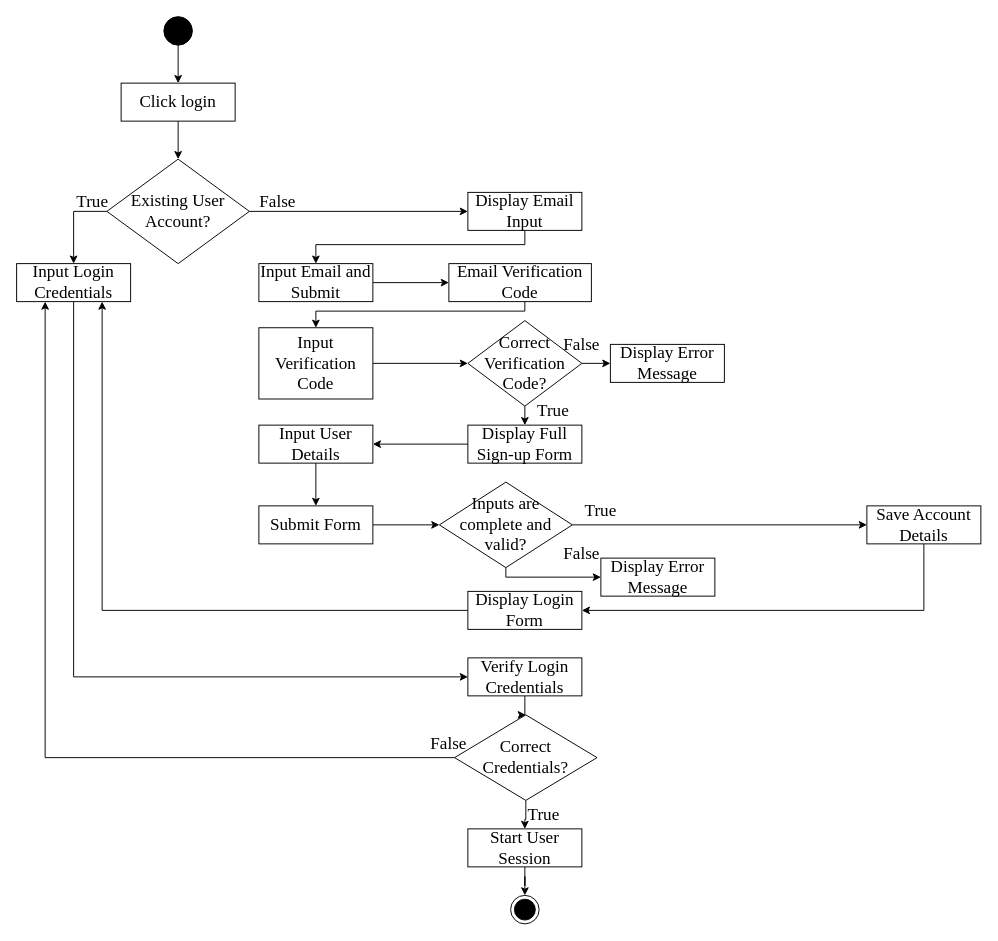
gvillanueva01/ConnexUs_diagrams keeps this draw.io diagram as page "AccountLoginCreation" (6 of 13) of ConnexUs_Chap3.drawio. Above is the earlier version. Source tidied: cells renumbered, new cells numbered last; positions are measured from the earlier drawing's top-left corner, leaving out a move shared by most shapes. Both pictures are drawn from the tidied source at 95%, with x=0, y=0 at pixel (16, 16).
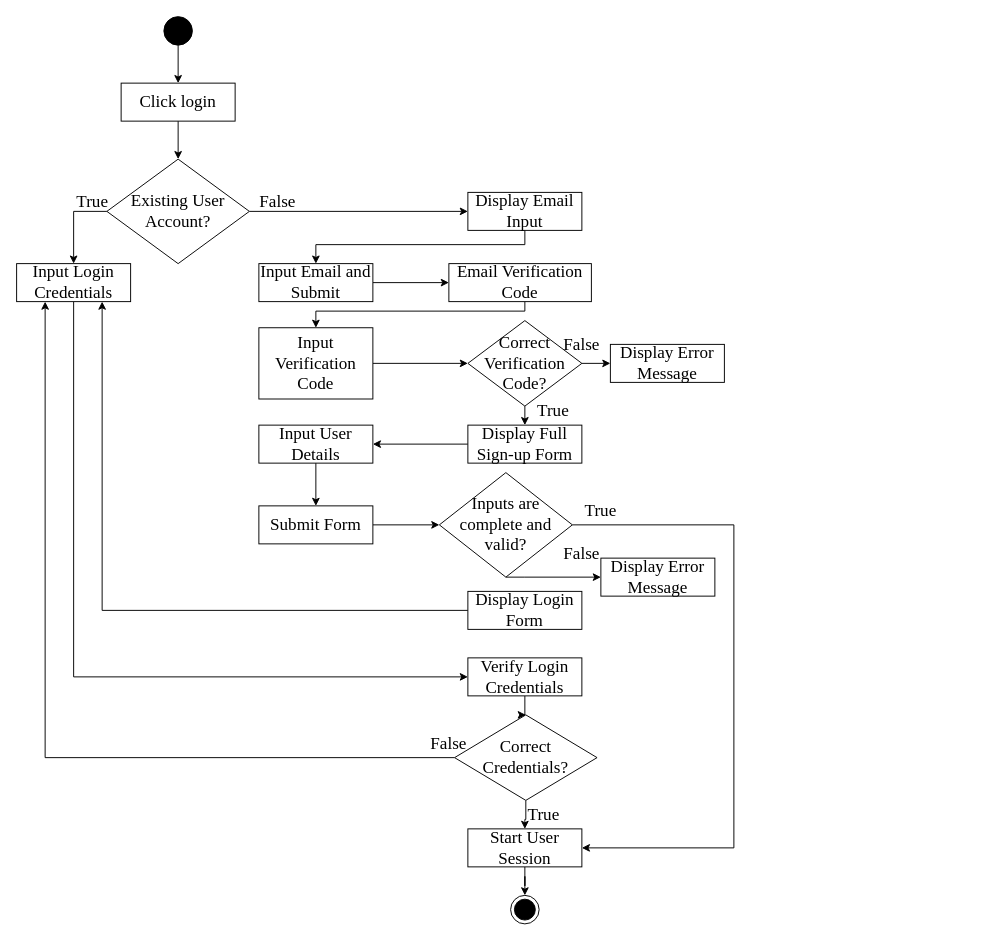
The same diagram, later.

The change refers to these unchanged cells:
```xml
<mxCell id="21" value="Start User Session" style="rounded=0;whiteSpace=wrap;html=1;fontFamily=Times New Roman;fontSize=18;" parent="1" vertex="1">
  <mxGeometry x="475" y="855" width="120" height="40" as="geometry" />
</mxCell>
<mxCell id="30" value="Display Login Form" style="rounded=0;whiteSpace=wrap;html=1;fontFamily=Times New Roman;fontSize=18;" parent="1" vertex="1">
  <mxGeometry x="475" y="605" width="120" height="40" as="geometry" />
</mxCell>
```

Diff of the diagram source:
```diff
@@
-    <mxCell id="6" style="edgeStyle=orthogonalEdgeStyle;rounded=0;jettySize=auto;html=1;entryX=1;entryY=0.5;entryDx=0;entryDy=0;fontSize=18;" parent="1" edge="1" source="7" target="30">
-      <mxGeometry relative="1" as="geometry">
-        <Array as="points">
-          <mxPoint x="955" y="625" />
-        </Array>
-      </mxGeometry>
-    </mxCell>
-    <mxCell id="7" value="Save Account Details" style="rounded=0;whiteSpace=wrap;html=1;fontFamily=Times New Roman;fontSize=18;" parent="1" vertex="1">
-      <mxGeometry x="895" y="515" width="120" height="40" as="geometry" />
-    </mxCell>
@@
-    <mxCell id="22" style="edgeStyle=orthogonalEdgeStyle;rounded=0;jettySize=auto;html=1;entryX=0;entryY=0.5;entryDx=0;entryDy=0;fontSize=18;" parent="1" edge="1" source="24" target="7">
-      <mxGeometry relative="1" as="geometry" />
+    <mxCell id="22" style="edgeStyle=orthogonalEdgeStyle;rounded=0;jettySize=auto;html=1;entryX=1;entryY=0.5;entryDx=0;entryDy=0;fontSize=18;" parent="1" edge="1" source="24" target="21">
+      <mxGeometry relative="1" as="geometry">
+        <Array as="points">
+          <mxPoint x="755" y="535" />
+          <mxPoint x="755" y="875" />
+        </Array>
+      </mxGeometry>
     </mxCell>
@@
     <mxCell id="24" value="&lt;font face=&quot;Times New Roman&quot; style=&quot;font-size: 18px;&quot;&gt;Inputs are&lt;br style=&quot;font-size: 18px;&quot;&gt;complete and &lt;br style=&quot;font-size: 18px;&quot;&gt;valid?&lt;/font&gt;" style="shape=rhombus;html=1;dashed=0;whiteSpace=wrap;perimeter=rhombusPerimeter;fontSize=18;" parent="1" vertex="1">
-      <mxGeometry x="445" y="490" width="140" height="90" as="geometry" />
+      <mxGeometry x="445" y="480" width="140" height="110" as="geometry" />
     </mxCell>
```
